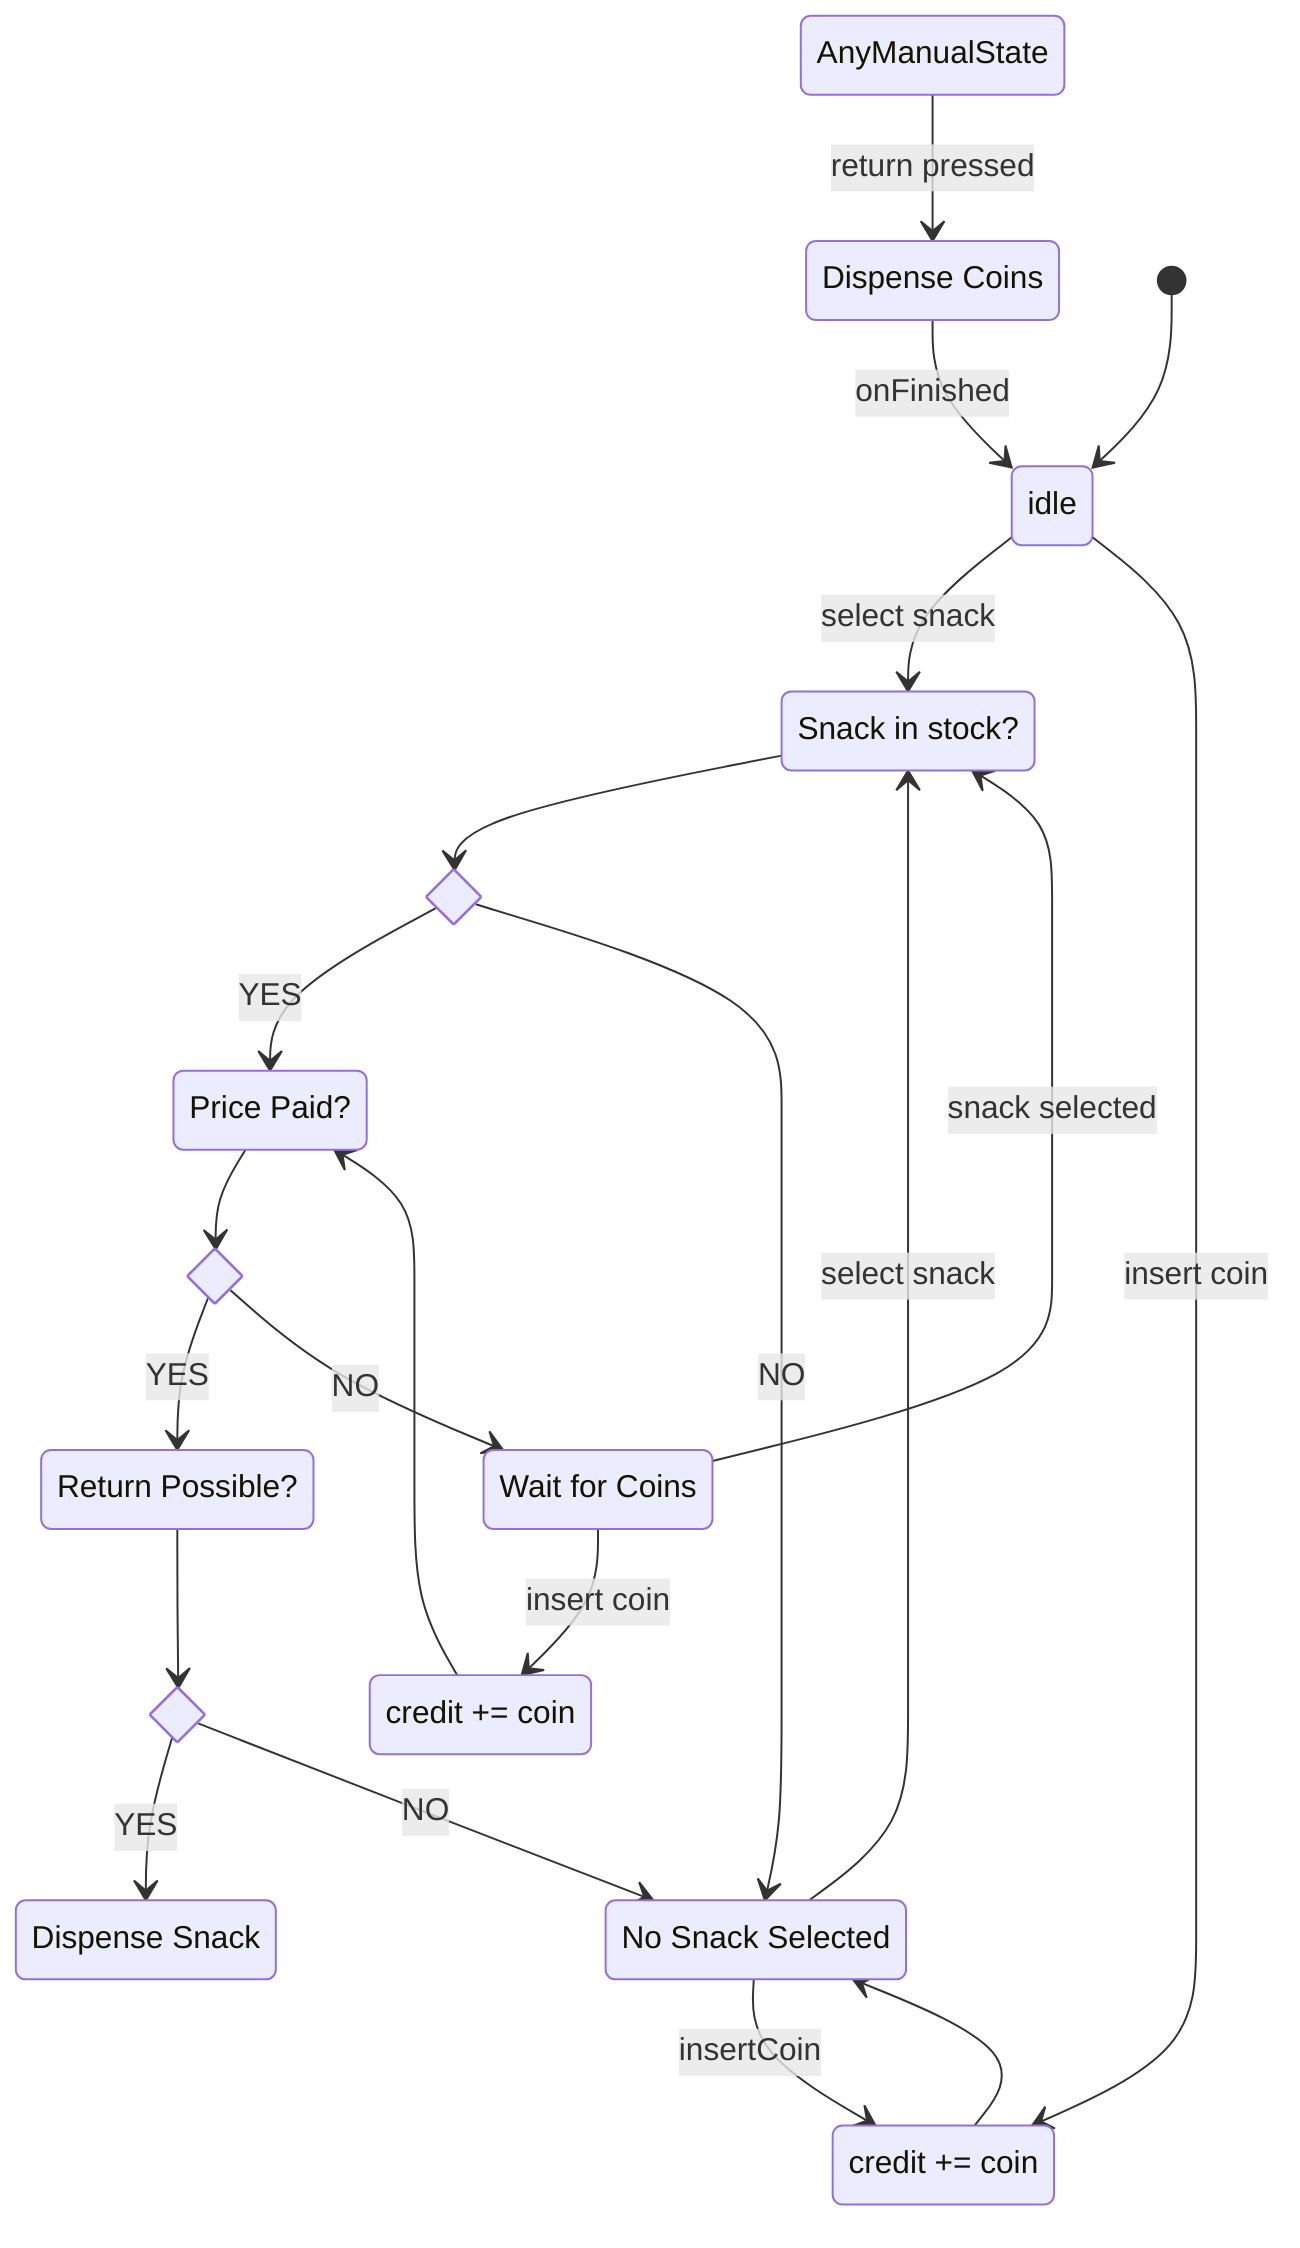
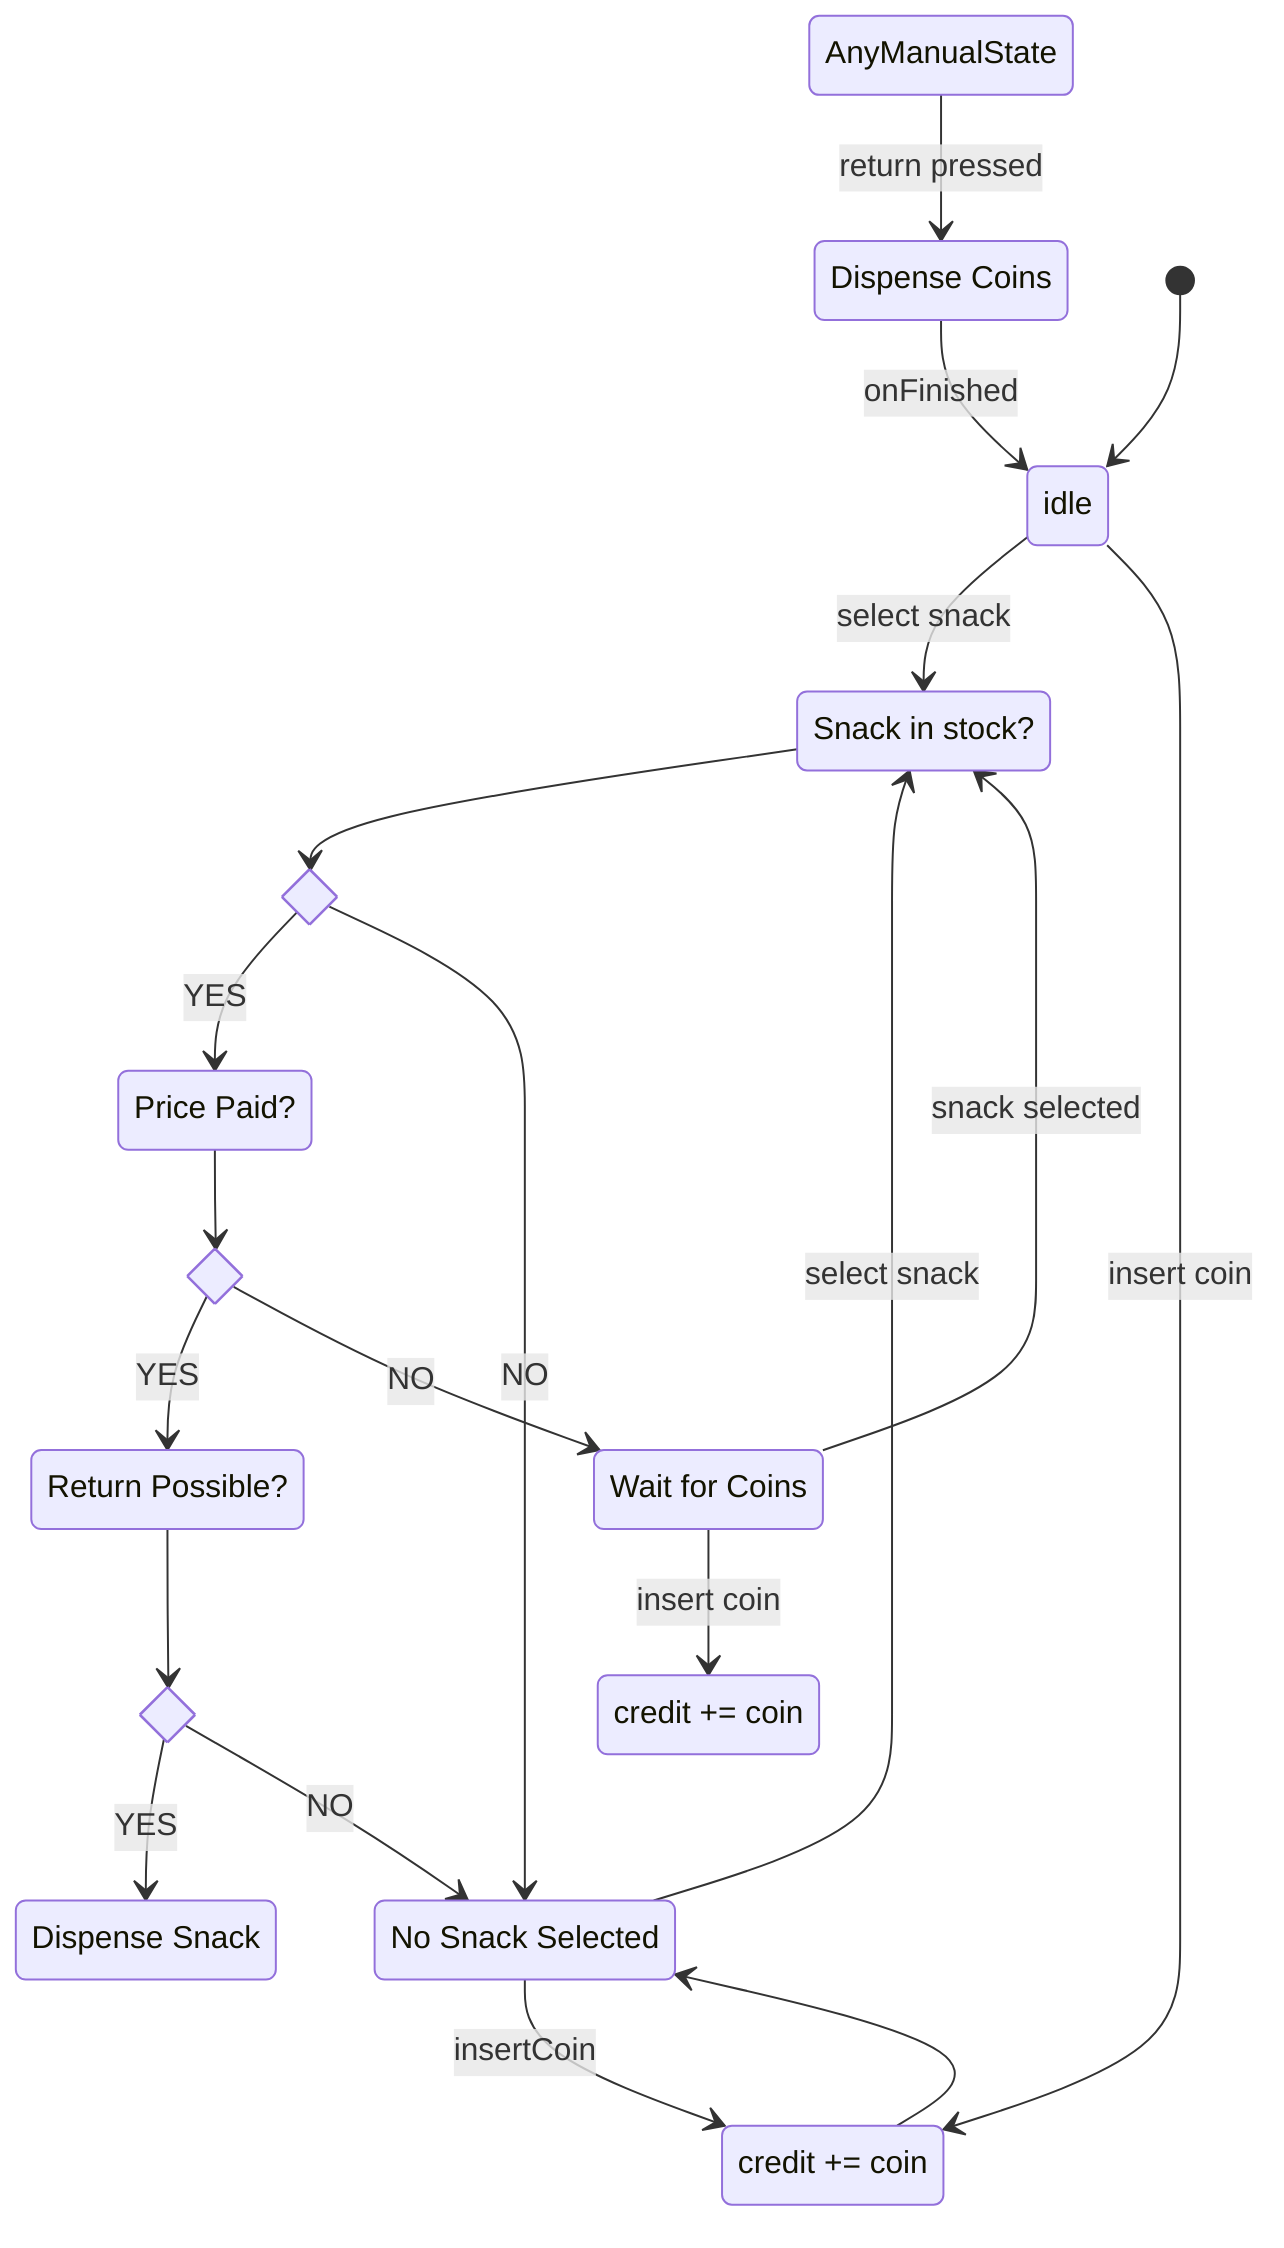
stateDiagram-v2
    idle
    noSnack: No Snack Selected
    waitCoins: Wait for Coins

    InsCoin0: credit += coin
    InsCoin1: credit += coin
    dispCoins: Dispense Coins
    dispSnack: Dispense Snack

    dPrice: Price Paid?
    dSnack: Snack in stock?
    dReturn: Return Possible?
    state snack_av <<choice>>
    dSnack --> snack_av
    state price_paid <<choice>>
    dPrice --> price_paid
    state return_possible <<choice>>
    dReturn --> return_possible

    [*]-->idle
    AnyManualState --> dispCoins : return pressed
    dispCoins --> idle : onFinished
    idle --> dSnack : select snack
    idle --> InsCoin0: insert coin

    InsCoin0 --> noSnack

    noSnack --> InsCoin0: insertCoin
    noSnack --> dSnack: select snack

    snack_av --> dPrice : YES
    snack_av --> noSnack : NO

    price_paid --> dReturn: YES
    price_paid --> waitCoins: NO


    waitCoins --> InsCoin1 : insert coin
    waitCoins --> dSnack: snack selected

    return_possible --> dispSnack: YES
    return_possible --> noSnack: NO

-     InsCoin1 --> dPrice